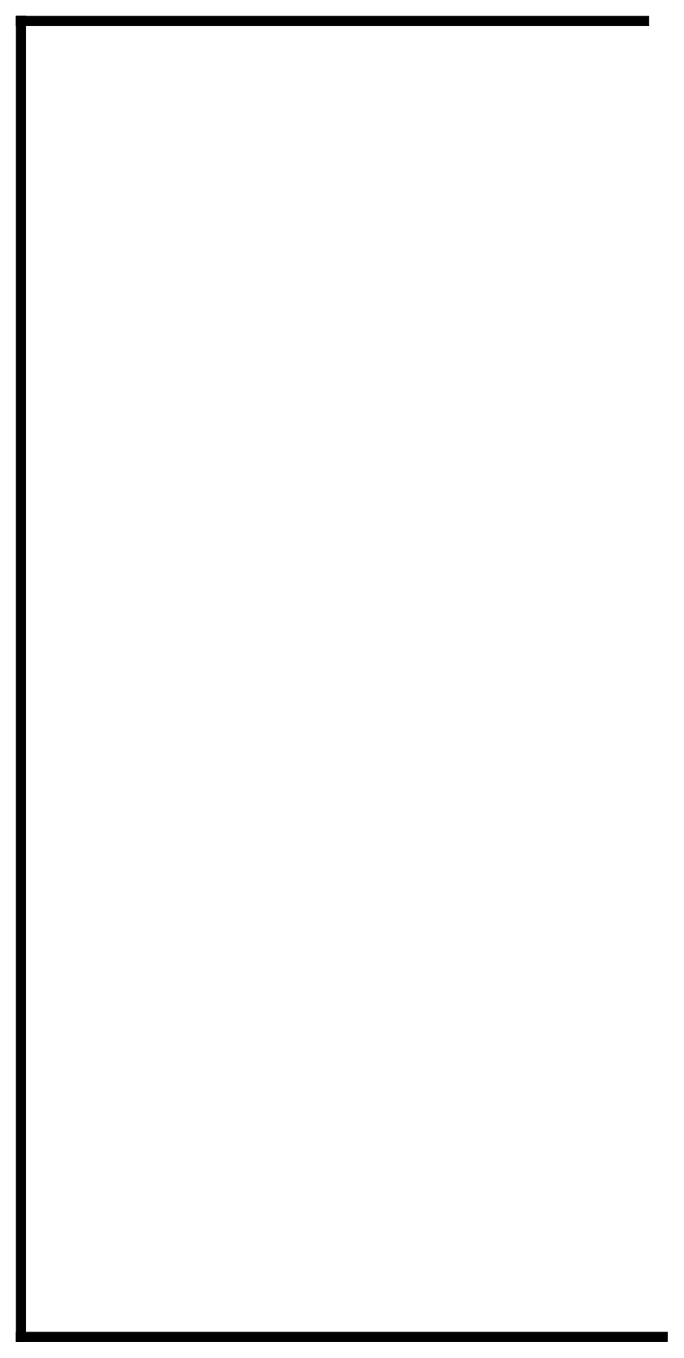
The draw.io diagram tlocrt.drawio in RankoSimic/mix, before the edit. Source tidied: cells renumbered, new cells numbered last; positions are measured from the earlier drawing's top-left corner, leaving out a move shared by most shapes. Both pictures are drawn from the tidied source at 93%, with x=0, y=0 at pixel (16, 16).
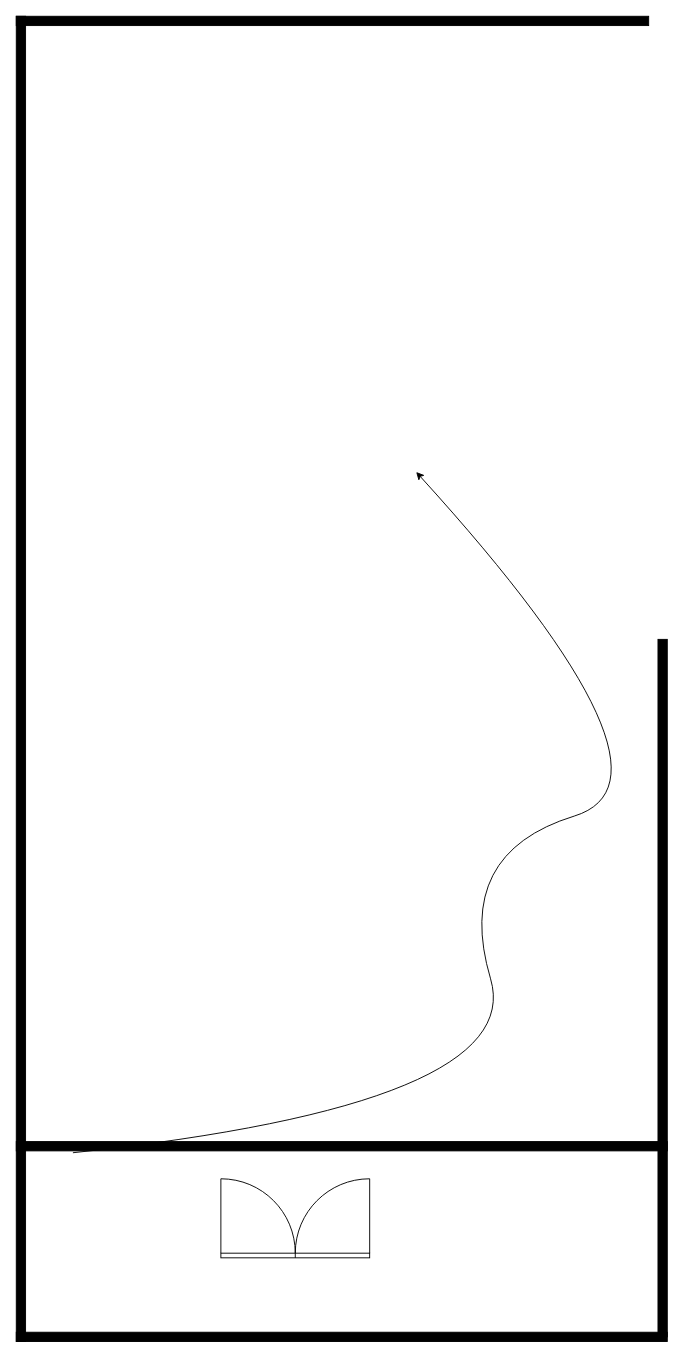
The same page after the edit.

Change to the diagram source:
```diff
@@
 <mxGraphModel>
   <root>
     <mxCell id="0" />
     <mxCell id="1" parent="0" />
     <mxCell id="2" value="&lt;div&gt;&lt;br&gt;&lt;/div&gt;" style="verticalLabelPosition=bottom;html=1;verticalAlign=top;align=center;shape=mxgraph.floorplan.wall;fillColor=strokeColor;wallThickness=10;" parent="1" vertex="1">
       <mxGeometry width="680" height="10" as="geometry" />
     </mxCell>
     <mxCell id="3" style="verticalLabelPosition=bottom;html=1;verticalAlign=top;align=center;shape=mxgraph.floorplan.wall;fillColor=strokeColor;direction=south;" parent="1" vertex="1">
       <mxGeometry width="10" height="1425" as="geometry" />
     </mxCell>
     <mxCell id="4" style="verticalLabelPosition=bottom;html=1;verticalAlign=top;align=center;shape=mxgraph.floorplan.wall;fillColor=strokeColor;" parent="1" vertex="1">
       <mxGeometry y="1415" width="700" height="10" as="geometry" />
     </mxCell>
+    <mxCell id="5" style="verticalLabelPosition=bottom;html=1;verticalAlign=top;align=center;shape=mxgraph.floorplan.wall;fillColor=strokeColor;" parent="1" vertex="1">
+      <mxGeometry y="1210" width="700" height="10" as="geometry" />
+    </mxCell>
+    <mxCell id="6" style="curved=1;endArrow=classic;html=1;rounded=0;exitX=0.087;exitY=1.2;exitDx=0;exitDy=0;exitPerimeter=0;" parent="1" edge="1" source="5">
+      <mxGeometry relative="1" as="geometry">
+        <mxPoint x="430" y="490" as="targetPoint" />
+        <Array as="points">
+          <mxPoint x="550" y="1170" />
+          <mxPoint x="470" y="900" />
+          <mxPoint x="730" y="820" />
+        </Array>
+      </mxGeometry>
+    </mxCell>
+    <mxCell id="7" style="verticalLabelPosition=bottom;html=1;verticalAlign=top;align=center;shape=mxgraph.floorplan.doorUneven;dx=0.5;rotation=-180;" parent="1" vertex="1">
+      <mxGeometry x="220" y="1250" width="160" height="85" as="geometry" />
+    </mxCell>
+    <mxCell id="8" style="verticalLabelPosition=bottom;html=1;verticalAlign=top;align=center;shape=mxgraph.floorplan.wall;fillColor=strokeColor;direction=south;" parent="1" vertex="1">
+      <mxGeometry x="690" y="670" width="10" height="750" as="geometry" />
+    </mxCell>
   </root>
 </mxGraphModel>
```
